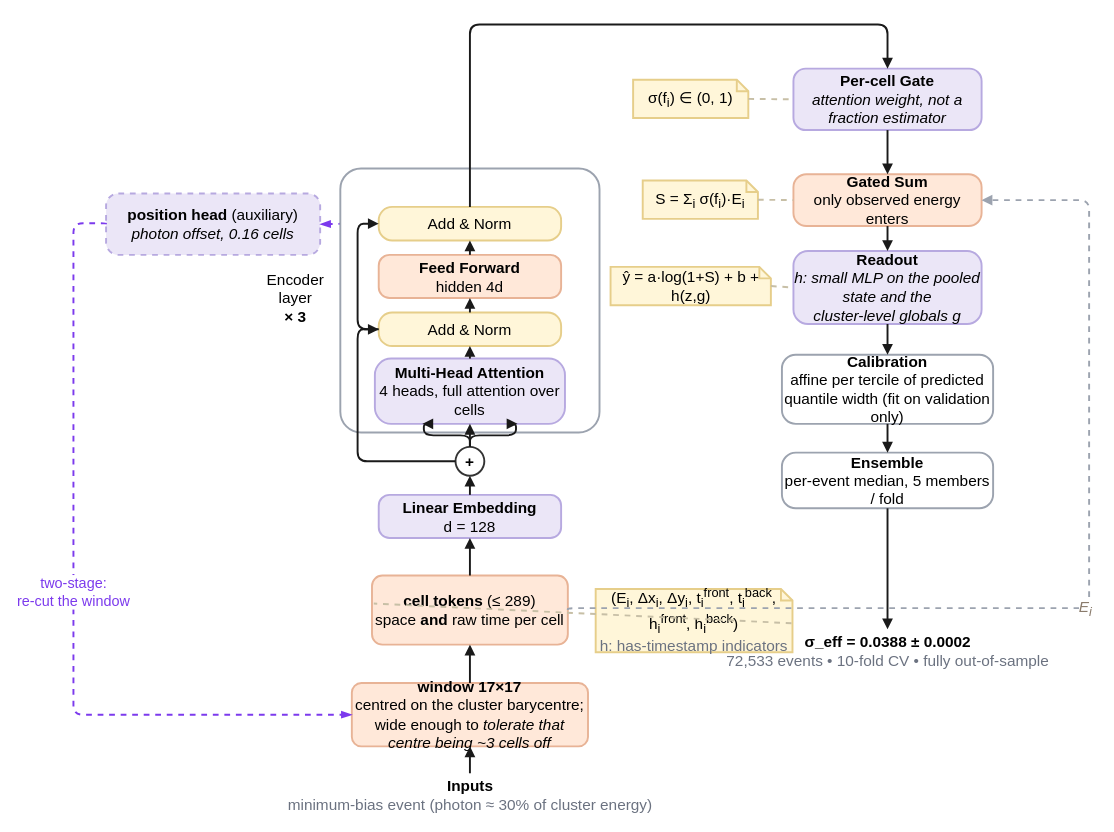
Above: paper/spacetformer.drawio in Lworakan/GSoC2026-picocal-spacetime-transformer (draw.io), before the change. Source tidied: cells renumbered, new cells numbered last; positions are measured from the earlier drawing's top-left corner, leaving out a move shared by most shapes. Both pictures are drawn from the tidied source at 96%, with x=0, y=0 at pixel (73, 24).
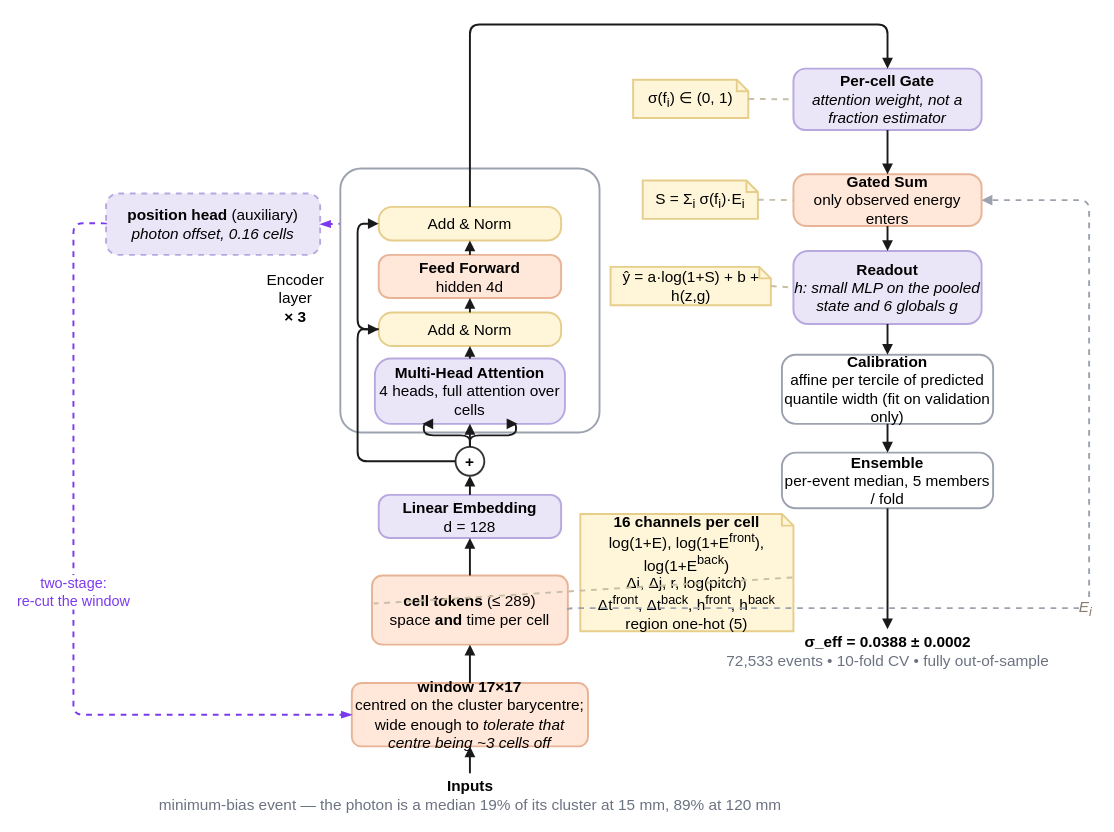
The same diagram, later.

Commit message (it also covers changes not shown here):
paper: make the architecture figure and the methods text match the code

Diff of the diagram source:
```diff
@@
-    <mxCell id="2" value="&lt;b&gt;Inputs&lt;/b&gt;&lt;br&gt;&lt;font color=&quot;#6B7280&quot;&gt;minimum-bias event (photon ≈ 30% of cluster energy)&lt;/font&gt;" style="text;html=1;align=center;verticalAlign=middle;fontSize=16;strokeWidth=2;" parent="1" vertex="1">
+    <mxCell id="2" value="&lt;b&gt;Inputs&lt;/b&gt;&lt;br&gt;&lt;font color=&quot;#6B7280&quot;&gt;minimum-bias event — the photon is a median 19% of its cluster at 15 mm, 89% at 120 mm&lt;/font&gt;" style="text;html=1;align=center;verticalAlign=middle;fontSize=16;strokeWidth=2;" parent="1" vertex="1">
       <mxGeometry x="288" y="780" width="250" height="45" as="geometry" />
     </mxCell>
@@
-    <mxCell id="4" value="&lt;b&gt;cell tokens&lt;/b&gt; (≤ 289)&lt;br&gt;&lt;font&gt;space &lt;b&gt;and&lt;/b&gt; raw time per cell&lt;/font&gt;" style="rounded=1;arcSize=15;whiteSpace=wrap;html=1;fillColor=#FFE8D9;strokeColor=#E8B396;fontSize=16;strokeWidth=2;" parent="1" vertex="1">
+    <mxCell id="4" value="&lt;b&gt;cell tokens&lt;/b&gt; (≤ 289)&lt;br&gt;&lt;font&gt;space &lt;b&gt;and&lt;/b&gt; time per cell&lt;/font&gt;" style="rounded=1;arcSize=15;whiteSpace=wrap;html=1;fillColor=#FFE8D9;strokeColor=#E8B396;fontSize=16;strokeWidth=2;" parent="1" vertex="1">
       <mxGeometry x="311" y="574" width="204" height="72" as="geometry" />
     </mxCell>
-    <mxCell id="5" value="(E&lt;sub&gt;i&lt;/sub&gt;, Δx&lt;sub&gt;i&lt;/sub&gt;, Δy&lt;sub&gt;i&lt;/sub&gt;, t&lt;sub&gt;i&lt;/sub&gt;&lt;sup&gt;front&lt;/sup&gt;, t&lt;sub&gt;i&lt;/sub&gt;&lt;sup&gt;back&lt;/sup&gt;, h&lt;sub&gt;i&lt;/sub&gt;&lt;sup&gt;front&lt;/sup&gt;, h&lt;sub&gt;i&lt;/sub&gt;&lt;sup&gt;back&lt;/sup&gt;)&lt;br&gt;&lt;font color=&quot;#6B7280&quot;&gt;h: has-timestamp indicators&lt;/font&gt;" style="shape=note;whiteSpace=wrap;html=1;backgroundOutline=1;size=12;fillColor=#FFF6D9;strokeColor=#E6CE8A;fontSize=16;align=center;strokeWidth=2;" parent="1" vertex="1">
-      <mxGeometry x="544" y="588" width="205" height="66" as="geometry" />
+    <mxCell id="5" value="&lt;b&gt;16 channels per cell&lt;/b&gt;&lt;br&gt;log(1+E), log(1+E&lt;sup&gt;front&lt;/sup&gt;), log(1+E&lt;sup&gt;back&lt;/sup&gt;)&lt;br&gt;Δi, Δj, r, log(pitch)&lt;br&gt;Δt&lt;sup&gt;front&lt;/sup&gt;, Δt&lt;sup&gt;back&lt;/sup&gt;, h&lt;sup&gt;front&lt;/sup&gt;, h&lt;sup&gt;back&lt;/sup&gt;&lt;br&gt;region one-hot (5)" style="shape=note;whiteSpace=wrap;html=1;backgroundOutline=1;size=12;fillColor=#FFF6D9;strokeColor=#E6CE8A;fontSize=16;align=center;strokeWidth=2;" parent="1" vertex="1">
+      <mxGeometry x="528" y="510" width="222" height="122" as="geometry" />
     </mxCell>
@@
-    <mxCell id="24" value="&lt;b&gt;Readout&lt;/b&gt;&lt;br&gt;&lt;font&gt;&lt;i&gt;h: small MLP on the pooled state and the&lt;br&gt;cluster-level globals g&lt;/i&gt;&lt;/font&gt;" style="rounded=1;arcSize=20;whiteSpace=wrap;html=1;fillColor=#EBE6F7;strokeColor=#B7A9E0;fontSize=16;strokeWidth=2;" parent="1" vertex="1">
+    <mxCell id="24" value="&lt;b&gt;Readout&lt;/b&gt;&lt;br&gt;&lt;font&gt;&lt;i&gt;h: small MLP on the pooled&lt;br&gt;state and 6 globals g&lt;/i&gt;&lt;/font&gt;" style="rounded=1;arcSize=20;whiteSpace=wrap;html=1;fillColor=#EBE6F7;strokeColor=#B7A9E0;fontSize=16;strokeWidth=2;" parent="1" vertex="1">
       <mxGeometry x="750" y="236" width="196" height="76" as="geometry" />
     </mxCell>
```
